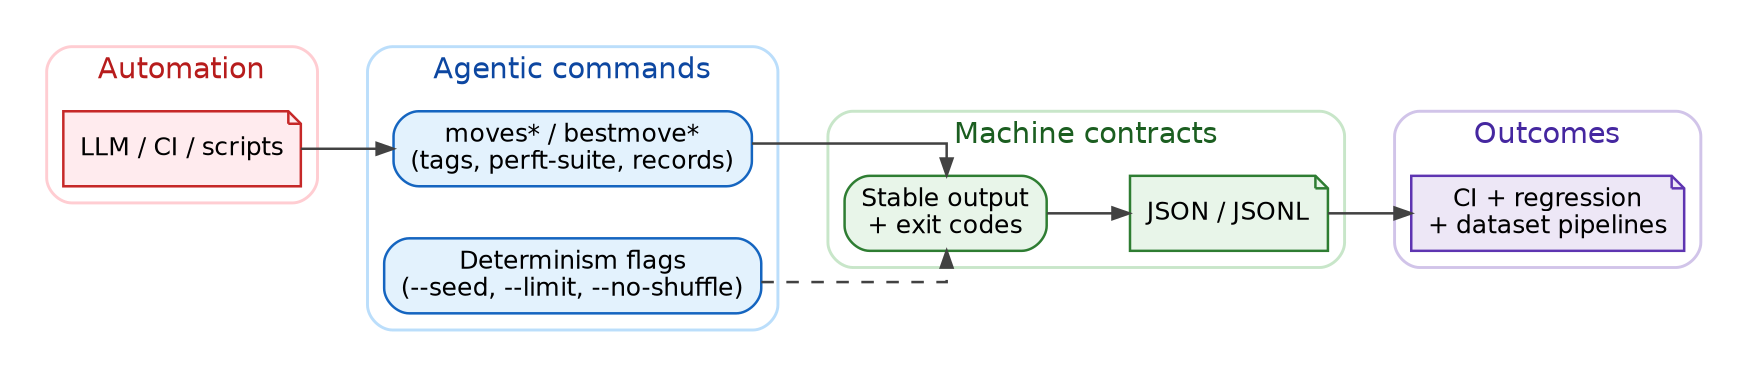
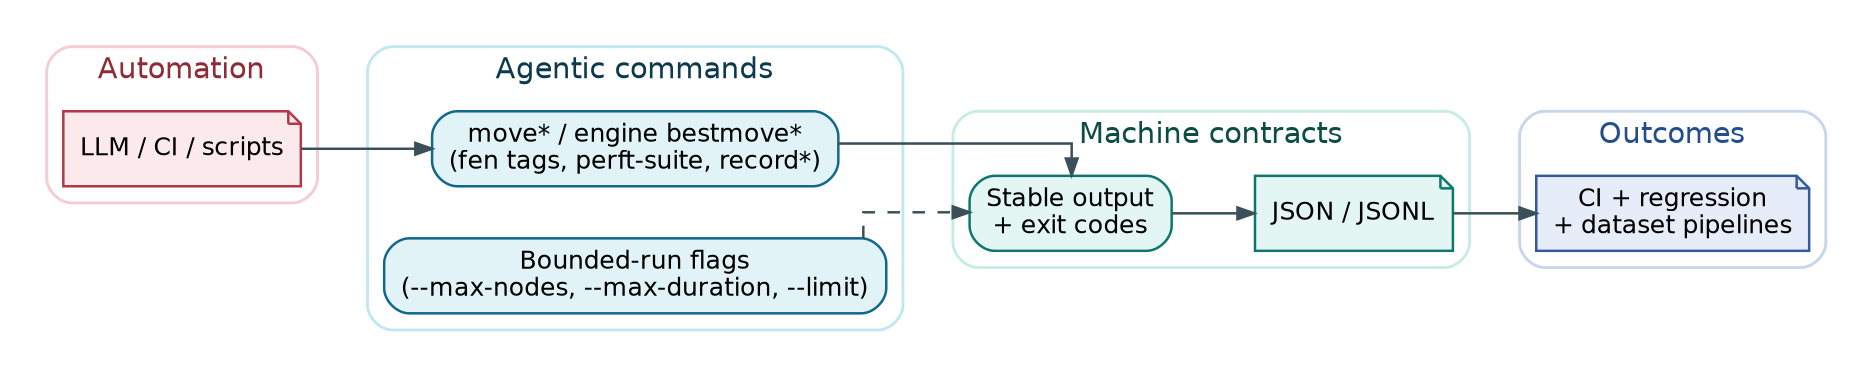
digraph crtk_agentic_commands {
  rankdir=LR;
-   bgcolor="transparent";
+   bgcolor="#ffffff";
  splines=ortho;
  pad="0.20";
  nodesep="0.35";
  ranksep="0.55";

  graph [fontname="Helvetica", fontsize=14];
  node  [fontname="Helvetica", fontsize=12];
-   edge  [fontname="Helvetica", fontsize=10, color="#424242", arrowsize=0.8, penwidth=1.2];
+   edge  [fontname="Helvetica", fontsize=10, color="#3a4f57", arrowsize=0.8, penwidth=1.2];

  subgraph cluster_actor {
    label="Automation";
    style="rounded";
-     color="#FFCDD2";
-     fontcolor="#B71C1C";
+     color="#f4cdd3";
+     fontcolor="#8f2b37";
    penwidth=1.4;

-     node [shape=note, style="filled", fillcolor="#FFEBEE", color="#C62828", penwidth=1.2];
+     node [shape=note, style="filled", fillcolor="#fbe9ec", color="#b23a48", penwidth=1.2];
    agent [label="LLM / CI / scripts"];
  }

  subgraph cluster_commands {
    label="Agentic commands";
    style="rounded";
-     color="#BBDEFB";
-     fontcolor="#0D47A1";
+     color="#c3e7f2";
+     fontcolor="#0c3a4c";
    penwidth=1.4;

-     node [shape=box, style="rounded,filled", fillcolor="#E3F2FD", color="#1565C0", penwidth=1.2];
-     commands [label="moves* / bestmove*\n(tags, perft-suite, records)"];
-     determinism [label="Determinism flags\n(--seed, --limit, --no-shuffle)"];
+     node [shape=box, style="rounded,filled", fillcolor="#e2f3f8", color="#11688a", penwidth=1.2];
+     commands [label="move* / engine bestmove*\n(fen tags, perft-suite, record*)"];
+     determinism [label="Bounded-run flags\n(--max-nodes, --max-duration, --limit)"];
  }

  subgraph cluster_contracts {
    label="Machine contracts";
    style="rounded";
-     color="#C8E6C9";
-     fontcolor="#1B5E20";
+     color="#c7ece6";
+     fontcolor="#0b4d44";
    penwidth=1.4;

-     node [shape=box, style="rounded,filled", fillcolor="#E8F5E9", color="#2E7D32", penwidth=1.2];
+     node [shape=box, style="rounded,filled", fillcolor="#e3f6f3", color="#0f766e", penwidth=1.2];
    contracts [label="Stable output\n+ exit codes"];

-     node [shape=note, style="filled", fillcolor="#E8F5E9", color="#2E7D32", penwidth=1.2];
+     node [shape=note, style="filled", fillcolor="#e3f6f3", color="#0f766e", penwidth=1.2];
    json [label="JSON / JSONL"];
  }

  subgraph cluster_outcome {
    label="Outcomes";
    style="rounded";
-     color="#D1C4E9";
-     fontcolor="#4527A0";
+     color="#c7d6ec";
+     fontcolor="#234e8c";
    penwidth=1.4;

-     node [shape=note, style="filled", fillcolor="#EDE7F6", color="#5E35B1", penwidth=1.2];
+     node [shape=note, style="filled", fillcolor="#e7edf8", color="#355a9c", penwidth=1.2];
    pipelines [label="CI + regression\n+ dataset pipelines"];
  }

  agent -> commands;
  commands -> contracts;
  determinism -> contracts [style=dashed];
  contracts -> json;
  json -> pipelines;
}
